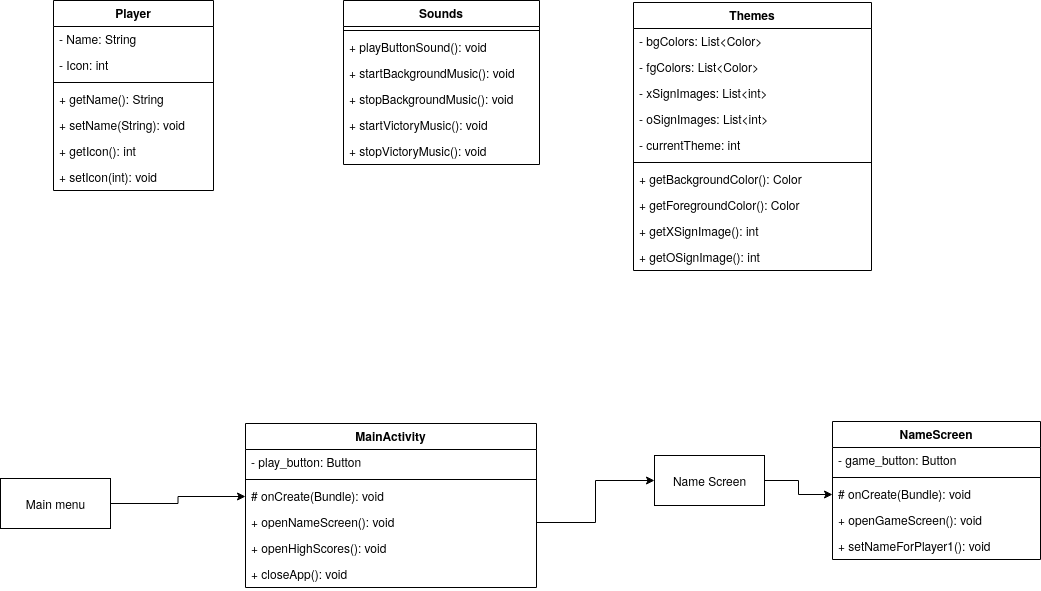
Above: 1_project/img/implementacios_terv.png in raddanfea/szoftverfejlesztes-projectek (draw.io), before the change. Source tidied: cells renumbered, new cells last; positions are measured from the earlier drawing's top-left corner, leaving out a move shared by most shapes. Its diagram source:
```xml
<mxGraphModel>
  <root>
    <mxCell id="0" />
    <mxCell id="1" parent="0" />
    <mxCell id="2" style="edgeStyle=orthogonalEdgeStyle;rounded=0;jettySize=auto;html=1;" parent="1" edge="1" source="3" target="24">
      <mxGeometry relative="1" as="geometry" />
    </mxCell>
    <mxCell id="3" value="&lt;div&gt;Main menu&lt;/div&gt;" style="html=1;" parent="1" vertex="1">
      <mxGeometry y="478" width="110" height="50" as="geometry" />
    </mxCell>
    <mxCell id="4" value="Player" style="swimlane;fontStyle=1;align=center;verticalAlign=top;horizontal=1;startSize=26;" parent="1" vertex="1">
      <mxGeometry x="53" width="160" height="190" as="geometry" />
    </mxCell>
    <mxCell id="5" value="- Name: String" style="text;strokeColor=none;fillColor=none;align=left;verticalAlign=top;spacingLeft=4;spacingRight=4;overflow=hidden;" parent="4" vertex="1">
      <mxGeometry y="26" width="160" height="26" as="geometry" />
    </mxCell>
    <mxCell id="6" value="- Icon: int" style="text;strokeColor=none;fillColor=none;align=left;verticalAlign=top;spacingLeft=4;spacingRight=4;overflow=hidden;" parent="4" vertex="1">
      <mxGeometry y="52" width="160" height="26" as="geometry" />
    </mxCell>
    <mxCell id="7" style="line;strokeWidth=1;fillColor=none;align=left;verticalAlign=middle;spacingTop=-1;spacingLeft=3;spacingRight=3;labelPosition=right;" parent="4" vertex="1">
      <mxGeometry y="78" width="160" height="8" as="geometry" />
    </mxCell>
    <mxCell id="8" value="+ getName(): String" style="text;strokeColor=none;fillColor=none;align=left;verticalAlign=top;spacingLeft=4;spacingRight=4;overflow=hidden;" parent="4" vertex="1">
      <mxGeometry y="86" width="160" height="26" as="geometry" />
    </mxCell>
    <mxCell id="9" value="+ setName(String): void" style="text;strokeColor=none;fillColor=none;align=left;verticalAlign=top;spacingLeft=4;spacingRight=4;overflow=hidden;" parent="4" vertex="1">
      <mxGeometry y="112" width="160" height="26" as="geometry" />
    </mxCell>
    <mxCell id="10" value="+ getIcon(): int" style="text;strokeColor=none;fillColor=none;align=left;verticalAlign=top;spacingLeft=4;spacingRight=4;overflow=hidden;" parent="4" vertex="1">
      <mxGeometry y="138" width="160" height="26" as="geometry" />
    </mxCell>
    <mxCell id="11" value="+ setIcon(int): void" style="text;strokeColor=none;fillColor=none;align=left;verticalAlign=top;spacingLeft=4;spacingRight=4;overflow=hidden;" parent="4" vertex="1">
      <mxGeometry y="164" width="160" height="26" as="geometry" />
    </mxCell>
    <mxCell id="12" style="edgeStyle=orthogonalEdgeStyle;rounded=0;jettySize=auto;html=1;exitX=1;exitY=0.5;exitDx=0;exitDy=0;entryX=0;entryY=0.5;entryDx=0;entryDy=0;" parent="1" edge="1" source="13" target="18">
      <mxGeometry relative="1" as="geometry" />
    </mxCell>
    <mxCell id="13" value="&lt;div&gt;Name Screen&lt;/div&gt;" style="html=1;" parent="1" vertex="1">
      <mxGeometry x="654" y="455" width="110" height="50" as="geometry" />
    </mxCell>
    <mxCell id="14" style="edgeStyle=orthogonalEdgeStyle;rounded=0;jettySize=auto;html=1;exitX=1;exitY=0.5;exitDx=0;exitDy=0;entryX=0;entryY=0.5;entryDx=0;entryDy=0;" parent="1" edge="1" source="25" target="13">
      <mxGeometry relative="1" as="geometry" />
    </mxCell>
    <mxCell id="15" value="NameScreen" style="swimlane;fontStyle=1;align=center;verticalAlign=top;horizontal=1;startSize=26;" parent="1" vertex="1">
      <mxGeometry x="832" y="421" width="208" height="138" as="geometry" />
    </mxCell>
    <mxCell id="16" value="- game_button: Button" style="text;strokeColor=none;fillColor=none;align=left;verticalAlign=top;spacingLeft=4;spacingRight=4;overflow=hidden;" parent="15" vertex="1">
      <mxGeometry y="26" width="208" height="26" as="geometry" />
    </mxCell>
    <mxCell id="17" style="line;strokeWidth=1;fillColor=none;align=left;verticalAlign=middle;spacingTop=-1;spacingLeft=3;spacingRight=3;labelPosition=right;" parent="15" vertex="1">
      <mxGeometry y="52" width="208" height="8" as="geometry" />
    </mxCell>
    <mxCell id="18" value="# onCreate(Bundle): void" style="text;strokeColor=none;fillColor=none;align=left;verticalAlign=top;spacingLeft=4;spacingRight=4;overflow=hidden;points=[[0,0.5],[1,0.5]];portConstraint=eastwest;" parent="15" vertex="1">
      <mxGeometry y="60" width="208" height="26" as="geometry" />
    </mxCell>
    <mxCell id="19" value="+ openGameScreen(): void" style="text;strokeColor=none;fillColor=none;align=left;verticalAlign=top;spacingLeft=4;spacingRight=4;overflow=hidden;" parent="15" vertex="1">
      <mxGeometry y="86" width="208" height="26" as="geometry" />
    </mxCell>
    <mxCell id="20" value="+ setNameForPlayer1(): void" style="text;strokeColor=none;fillColor=none;align=left;verticalAlign=top;spacingLeft=4;spacingRight=4;overflow=hidden;" parent="15" vertex="1">
      <mxGeometry y="112" width="208" height="26" as="geometry" />
    </mxCell>
    <mxCell id="21" value="MainActivity" style="swimlane;fontStyle=1;align=center;verticalAlign=top;horizontal=1;startSize=26;" parent="1" vertex="1">
      <mxGeometry x="245" y="423" width="291" height="164" as="geometry" />
    </mxCell>
    <mxCell id="22" value="- play_button: Button" style="text;strokeColor=none;fillColor=none;align=left;verticalAlign=top;spacingLeft=4;spacingRight=4;overflow=hidden;" parent="21" vertex="1">
      <mxGeometry y="26" width="291" height="26" as="geometry" />
    </mxCell>
    <mxCell id="23" style="line;strokeWidth=1;fillColor=none;align=left;verticalAlign=middle;spacingTop=-1;spacingLeft=3;spacingRight=3;labelPosition=right;" parent="21" vertex="1">
      <mxGeometry y="52" width="291" height="8" as="geometry" />
    </mxCell>
    <mxCell id="24" value="# onCreate(Bundle): void" style="text;strokeColor=none;fillColor=none;align=left;verticalAlign=top;spacingLeft=4;spacingRight=4;overflow=hidden;points=[[0,0.5],[1,0.5]];portConstraint=eastwest;" parent="21" vertex="1">
      <mxGeometry y="60" width="291" height="26" as="geometry" />
    </mxCell>
    <mxCell id="25" value="+ openNameScreen(): void" style="text;strokeColor=none;fillColor=none;align=left;verticalAlign=top;spacingLeft=4;spacingRight=4;overflow=hidden;points=[[0,0.5],[1,0.5]];portConstraint=eastwest;" parent="21" vertex="1">
      <mxGeometry y="86" width="291" height="26" as="geometry" />
    </mxCell>
    <mxCell id="26" value="+ openHighScores(): void" style="text;strokeColor=none;fillColor=none;align=left;verticalAlign=top;spacingLeft=4;spacingRight=4;overflow=hidden;" parent="21" vertex="1">
      <mxGeometry y="112" width="291" height="26" as="geometry" />
    </mxCell>
    <mxCell id="27" value="+ closeApp(): void" style="text;strokeColor=none;fillColor=none;align=left;verticalAlign=top;spacingLeft=4;spacingRight=4;overflow=hidden;" parent="21" vertex="1">
      <mxGeometry y="138" width="291" height="26" as="geometry" />
    </mxCell>
    <mxCell id="28" value="Sounds" style="swimlane;fontStyle=1;align=center;verticalAlign=top;horizontal=1;startSize=26;" parent="1" vertex="1">
      <mxGeometry x="343" width="196" height="164" as="geometry" />
    </mxCell>
    <mxCell id="29" style="line;strokeWidth=1;fillColor=none;align=left;verticalAlign=middle;spacingTop=-1;spacingLeft=3;spacingRight=3;labelPosition=right;" parent="28" vertex="1">
      <mxGeometry y="26" width="196" height="8" as="geometry" />
    </mxCell>
    <mxCell id="30" value="+ playButtonSound(): void" style="text;strokeColor=none;fillColor=none;align=left;verticalAlign=top;spacingLeft=4;spacingRight=4;overflow=hidden;" parent="28" vertex="1">
      <mxGeometry y="34" width="196" height="26" as="geometry" />
    </mxCell>
    <mxCell id="31" value="+ startBackgroundMusic(): void" style="text;strokeColor=none;fillColor=none;align=left;verticalAlign=top;spacingLeft=4;spacingRight=4;overflow=hidden;" parent="28" vertex="1">
      <mxGeometry y="60" width="196" height="26" as="geometry" />
    </mxCell>
    <mxCell id="32" value="+ stopBackgroundMusic(): void" style="text;strokeColor=none;fillColor=none;align=left;verticalAlign=top;spacingLeft=4;spacingRight=4;overflow=hidden;" parent="28" vertex="1">
      <mxGeometry y="86" width="196" height="26" as="geometry" />
    </mxCell>
    <mxCell id="33" value="+ startVictoryMusic(): void" style="text;strokeColor=none;fillColor=none;align=left;verticalAlign=top;spacingLeft=4;spacingRight=4;overflow=hidden;" parent="28" vertex="1">
      <mxGeometry y="112" width="196" height="26" as="geometry" />
    </mxCell>
    <mxCell id="34" value="+ stopVictoryMusic(): void" style="text;strokeColor=none;fillColor=none;align=left;verticalAlign=top;spacingLeft=4;spacingRight=4;overflow=hidden;" parent="28" vertex="1">
      <mxGeometry y="138" width="196" height="26" as="geometry" />
    </mxCell>
    <mxCell id="35" value="Themes" style="swimlane;fontStyle=1;align=center;verticalAlign=top;horizontal=1;startSize=26;" parent="1" vertex="1">
      <mxGeometry x="633" y="2" width="238" height="268" as="geometry" />
    </mxCell>
    <mxCell id="36" value="- bgColors: List&lt;Color&gt;" style="text;strokeColor=none;fillColor=none;align=left;verticalAlign=top;spacingLeft=4;spacingRight=4;overflow=hidden;" parent="35" vertex="1">
      <mxGeometry y="26" width="238" height="26" as="geometry" />
    </mxCell>
    <mxCell id="37" value="- fgColors: List&lt;Color&gt;" style="text;strokeColor=none;fillColor=none;align=left;verticalAlign=top;spacingLeft=4;spacingRight=4;overflow=hidden;" parent="35" vertex="1">
      <mxGeometry y="52" width="238" height="26" as="geometry" />
    </mxCell>
    <mxCell id="38" value="- xSignImages: List&lt;int&gt;" style="text;strokeColor=none;fillColor=none;align=left;verticalAlign=top;spacingLeft=4;spacingRight=4;overflow=hidden;" parent="35" vertex="1">
      <mxGeometry y="78" width="238" height="26" as="geometry" />
    </mxCell>
    <mxCell id="39" value="- oSignImages: List&lt;int&gt;" style="text;strokeColor=none;fillColor=none;align=left;verticalAlign=top;spacingLeft=4;spacingRight=4;overflow=hidden;" parent="35" vertex="1">
      <mxGeometry y="104" width="238" height="26" as="geometry" />
    </mxCell>
    <mxCell id="40" value="- currentTheme: int" style="text;strokeColor=none;fillColor=none;align=left;verticalAlign=top;spacingLeft=4;spacingRight=4;overflow=hidden;" parent="35" vertex="1">
      <mxGeometry y="130" width="238" height="26" as="geometry" />
    </mxCell>
    <mxCell id="41" style="line;strokeWidth=1;fillColor=none;align=left;verticalAlign=middle;spacingTop=-1;spacingLeft=3;spacingRight=3;labelPosition=right;" parent="35" vertex="1">
      <mxGeometry y="156" width="238" height="8" as="geometry" />
    </mxCell>
    <mxCell id="42" value="+ getBackgroundColor(): Color" style="text;strokeColor=none;fillColor=none;align=left;verticalAlign=top;spacingLeft=4;spacingRight=4;overflow=hidden;" parent="35" vertex="1">
      <mxGeometry y="164" width="238" height="26" as="geometry" />
    </mxCell>
    <mxCell id="43" value="+ getForegroundColor(): Color" style="text;strokeColor=none;fillColor=none;align=left;verticalAlign=top;spacingLeft=4;spacingRight=4;overflow=hidden;" parent="35" vertex="1">
      <mxGeometry y="190" width="238" height="26" as="geometry" />
    </mxCell>
    <mxCell id="44" value="+ getXSignImage(): int" style="text;strokeColor=none;fillColor=none;align=left;verticalAlign=top;spacingLeft=4;spacingRight=4;overflow=hidden;" parent="35" vertex="1">
      <mxGeometry y="216" width="238" height="26" as="geometry" />
    </mxCell>
    <mxCell id="45" value="+ getOSignImage(): int" style="text;strokeColor=none;fillColor=none;align=left;verticalAlign=top;spacingLeft=4;spacingRight=4;overflow=hidden;" parent="35" vertex="1">
      <mxGeometry y="242" width="238" height="26" as="geometry" />
    </mxCell>
  </root>
</mxGraphModel>
```
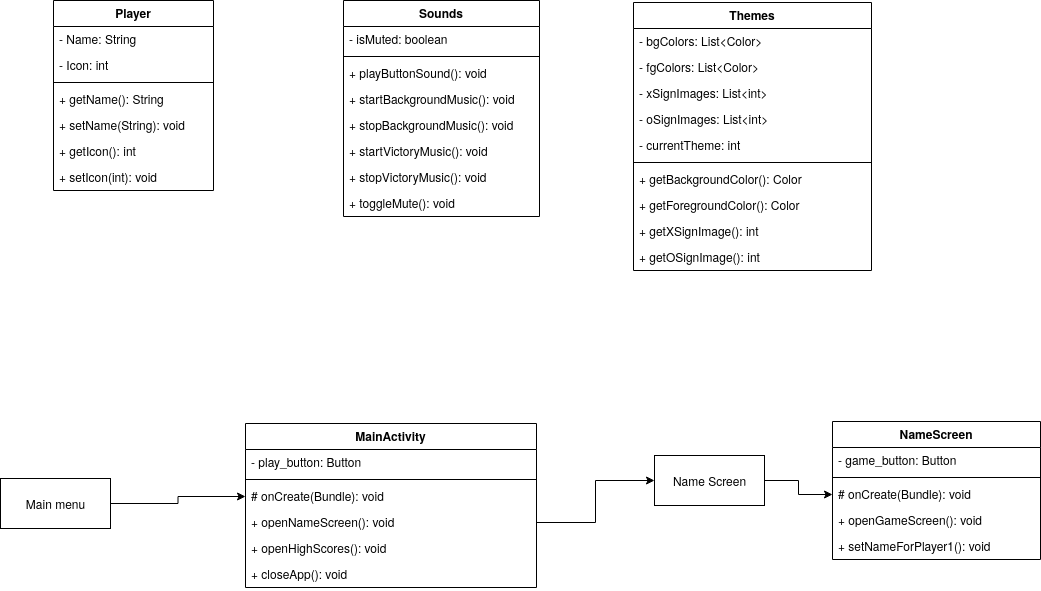
After the change.

Commit message:
Rendszerterv: implementációs terv frissítése

What changed in the source:
```diff
@@ -81,26 +81,32 @@
       <mxGeometry y="138" width="291" height="26" as="geometry" />
     </mxCell>
     <mxCell id="28" value="Sounds" style="swimlane;fontStyle=1;align=center;verticalAlign=top;horizontal=1;startSize=26;" parent="1" vertex="1">
-      <mxGeometry x="343" width="196" height="164" as="geometry" />
+      <mxGeometry x="343" width="196" height="216" as="geometry" />
     </mxCell>
+    <mxCell id="46" value="- isMuted: boolean" style="text;strokeColor=none;fillColor=none;align=left;verticalAlign=top;spacingLeft=4;spacingRight=4;overflow=hidden;" parent="28" vertex="1">
+      <mxGeometry y="26" width="196" height="26" as="geometry" />
+    </mxCell>
     <mxCell id="29" style="line;strokeWidth=1;fillColor=none;align=left;verticalAlign=middle;spacingTop=-1;spacingLeft=3;spacingRight=3;labelPosition=right;" parent="28" vertex="1">
-      <mxGeometry y="26" width="196" height="8" as="geometry" />
+      <mxGeometry y="52" width="196" height="8" as="geometry" />
     </mxCell>
     <mxCell id="30" value="+ playButtonSound(): void" style="text;strokeColor=none;fillColor=none;align=left;verticalAlign=top;spacingLeft=4;spacingRight=4;overflow=hidden;" parent="28" vertex="1">
-      <mxGeometry y="34" width="196" height="26" as="geometry" />
+      <mxGeometry y="60" width="196" height="26" as="geometry" />
     </mxCell>
     <mxCell id="31" value="+ startBackgroundMusic(): void" style="text;strokeColor=none;fillColor=none;align=left;verticalAlign=top;spacingLeft=4;spacingRight=4;overflow=hidden;" parent="28" vertex="1">
-      <mxGeometry y="60" width="196" height="26" as="geometry" />
+      <mxGeometry y="86" width="196" height="26" as="geometry" />
     </mxCell>
     <mxCell id="32" value="+ stopBackgroundMusic(): void" style="text;strokeColor=none;fillColor=none;align=left;verticalAlign=top;spacingLeft=4;spacingRight=4;overflow=hidden;" parent="28" vertex="1">
-      <mxGeometry y="86" width="196" height="26" as="geometry" />
+      <mxGeometry y="112" width="196" height="26" as="geometry" />
     </mxCell>
     <mxCell id="33" value="+ startVictoryMusic(): void" style="text;strokeColor=none;fillColor=none;align=left;verticalAlign=top;spacingLeft=4;spacingRight=4;overflow=hidden;" parent="28" vertex="1">
-      <mxGeometry y="112" width="196" height="26" as="geometry" />
+      <mxGeometry y="138" width="196" height="26" as="geometry" />
     </mxCell>
     <mxCell id="34" value="+ stopVictoryMusic(): void" style="text;strokeColor=none;fillColor=none;align=left;verticalAlign=top;spacingLeft=4;spacingRight=4;overflow=hidden;" parent="28" vertex="1">
-      <mxGeometry y="138" width="196" height="26" as="geometry" />
+      <mxGeometry y="164" width="196" height="26" as="geometry" />
     </mxCell>
+    <mxCell id="47" value="+ toggleMute(): void" style="text;strokeColor=none;fillColor=none;align=left;verticalAlign=top;spacingLeft=4;spacingRight=4;overflow=hidden;" parent="28" vertex="1">
+      <mxGeometry y="190" width="196" height="26" as="geometry" />
+    </mxCell>
     <mxCell id="35" value="Themes" style="swimlane;fontStyle=1;align=center;verticalAlign=top;horizontal=1;startSize=26;" parent="1" vertex="1">
       <mxGeometry x="633" y="2" width="238" height="268" as="geometry" />
     </mxCell>
```
